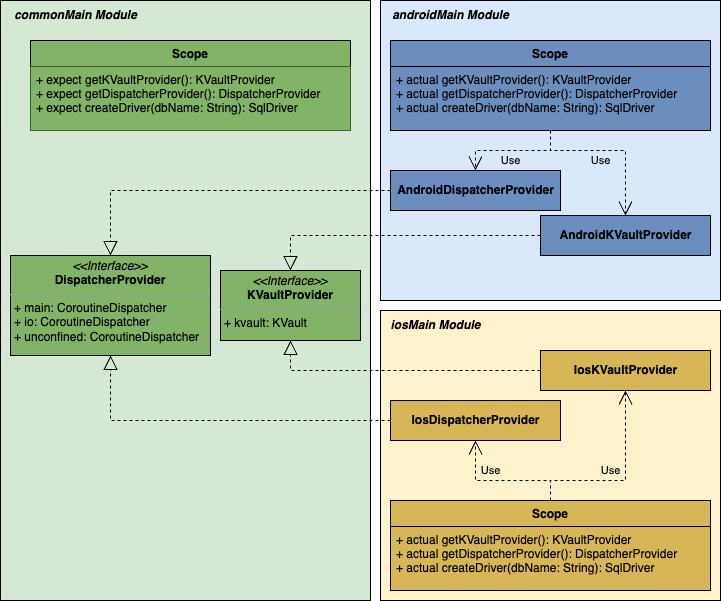
Before: img/tesi-21-expectactual.drawio.png, a diagram exported from draw.io (paganellif/tesi-paganelli). Source tidied: cells renumbered, new cells last; positions are measured from the earlier drawing's top-left corner, leaving out a move shared by most shapes.
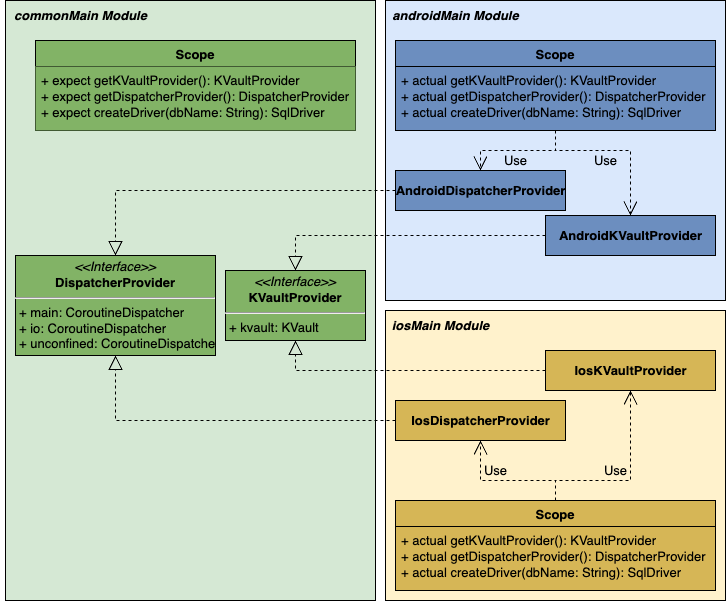
Later version of the same file.

Change to the diagram source:
```diff
@@ -2,34 +2,34 @@
   <root>
     <mxCell id="0" />
     <mxCell id="1" parent="0" />
-    <mxCell id="2" style="rounded=0;whiteSpace=wrap;html=1;fillColor=#d5e8d4;strokeColor=#000000;" parent="1" vertex="1">
+    <mxCell id="2" style="rounded=0;whiteSpace=wrap;html=1;fillColor=#d5e8d4;strokeColor=#000000;fontSize=13;" parent="1" vertex="1">
       <mxGeometry width="370" height="600" as="geometry" />
     </mxCell>
-    <mxCell id="3" style="rounded=0;whiteSpace=wrap;html=1;strokeColor=#000000;fillColor=#dae8fc;" parent="1" vertex="1">
+    <mxCell id="3" style="rounded=0;whiteSpace=wrap;html=1;strokeColor=#000000;fillColor=#dae8fc;fontSize=13;" parent="1" vertex="1">
       <mxGeometry x="380" width="340" height="300" as="geometry" />
     </mxCell>
-    <mxCell id="4" style="rounded=0;whiteSpace=wrap;html=1;strokeColor=#000000;fillColor=#fff2cc;" parent="1" vertex="1">
+    <mxCell id="4" style="rounded=0;whiteSpace=wrap;html=1;strokeColor=#000000;fillColor=#fff2cc;fontSize=13;" parent="1" vertex="1">
       <mxGeometry x="380" y="310" width="340" height="290" as="geometry" />
     </mxCell>
-    <mxCell id="5" value="Scope" style="swimlane;fontStyle=1;align=center;verticalAlign=top;horizontal=1;startSize=26;fillColor=#82B366;strokeColor=#000000;" parent="1" vertex="1">
+    <mxCell id="5" value="Scope" style="swimlane;fontStyle=1;align=center;verticalAlign=top;horizontal=1;startSize=26;fillColor=#82B366;strokeColor=#000000;fontSize=13;" parent="1" vertex="1">
       <mxGeometry x="30" y="40" width="320" height="90" as="geometry" />
     </mxCell>
-    <mxCell id="6" value="+ expect getKVaultProvider(): KVaultProvider&#10;+ expect getDispatcherProvider(): DispatcherProvider&#10;+ expect createDriver(dbName: String): SqlDriver" style="text;strokeColor=none;fillColor=#82B366;align=left;verticalAlign=top;spacingLeft=4;spacingRight=4;overflow=hidden;" parent="5" vertex="1">
+    <mxCell id="6" value="+ expect getKVaultProvider(): KVaultProvider&#10;+ expect getDispatcherProvider(): DispatcherProvider&#10;+ expect createDriver(dbName: String): SqlDriver" style="text;strokeColor=none;fillColor=#82B366;align=left;verticalAlign=top;spacingLeft=4;spacingRight=4;overflow=hidden;fontSize=13;" parent="5" vertex="1">
       <mxGeometry y="26" width="320" height="64" as="geometry" />
     </mxCell>
-    <mxCell id="7" value="&lt;p style=&quot;margin:0px;margin-top:4px;text-align:center;&quot;&gt;&lt;i&gt;&amp;lt;&amp;lt;Interface&amp;gt;&amp;gt;&lt;/i&gt;&lt;br&gt;&lt;b&gt;KVaultProvider&lt;/b&gt;&lt;/p&gt;&lt;hr size=&quot;1&quot;&gt;&lt;p style=&quot;margin:0px;margin-left:4px;&quot;&gt;+ kvault: KVault&lt;/p&gt;&lt;p style=&quot;margin:0px;margin-left:4px;&quot;&gt;&lt;br&gt;&lt;/p&gt;" style="verticalAlign=top;align=left;overflow=fill;fontSize=12;fontFamily=Helvetica;html=1;fillColor=#82B366;strokeColor=#000000;" parent="1" vertex="1">
+    <mxCell id="7" value="&lt;p style=&quot;margin: 4px 0px 0px; text-align: center; font-size: 13px;&quot;&gt;&lt;i style=&quot;font-size: 13px;&quot;&gt;&amp;lt;&amp;lt;Interface&amp;gt;&amp;gt;&lt;/i&gt;&lt;br style=&quot;font-size: 13px;&quot;&gt;&lt;b style=&quot;font-size: 13px;&quot;&gt;KVaultProvider&lt;/b&gt;&lt;/p&gt;&lt;hr style=&quot;font-size: 13px;&quot;&gt;&lt;p style=&quot;margin: 0px 0px 0px 4px; font-size: 13px;&quot;&gt;+ kvault: KVault&lt;/p&gt;&lt;p style=&quot;margin: 0px 0px 0px 4px; font-size: 13px;&quot;&gt;&lt;br style=&quot;font-size: 13px;&quot;&gt;&lt;/p&gt;" style="verticalAlign=top;align=left;overflow=fill;fontSize=13;fontFamily=Helvetica;html=1;fillColor=#82B366;strokeColor=#000000;" parent="1" vertex="1">
       <mxGeometry x="220" y="270" width="140" height="70" as="geometry" />
     </mxCell>
-    <mxCell id="8" value="Scope" style="swimlane;fontStyle=1;align=center;verticalAlign=top;horizontal=1;startSize=26;fillColor=#6C8EBF;strokeColor=#000000;" parent="1" vertex="1">
+    <mxCell id="8" value="Scope" style="swimlane;fontStyle=1;align=center;verticalAlign=top;horizontal=1;startSize=26;fillColor=#6C8EBF;strokeColor=#000000;fontSize=13;" parent="1" vertex="1">
       <mxGeometry x="390" y="40" width="320" height="90" as="geometry" />
     </mxCell>
-    <mxCell id="9" value="+ actual getKVaultProvider(): KVaultProvider&#10;+ actual getDispatcherProvider(): DispatcherProvider&#10;+ actual createDriver(dbName: String): SqlDriver" style="text;strokeColor=#000000;fillColor=#6C8EBF;align=left;verticalAlign=top;spacingLeft=4;spacingRight=4;overflow=hidden;" parent="8" vertex="1">
+    <mxCell id="9" value="+ actual getKVaultProvider(): KVaultProvider&#10;+ actual getDispatcherProvider(): DispatcherProvider&#10;+ actual createDriver(dbName: String): SqlDriver" style="text;strokeColor=#000000;fillColor=#6C8EBF;align=left;verticalAlign=top;spacingLeft=4;spacingRight=4;overflow=hidden;fontSize=13;" parent="8" vertex="1">
       <mxGeometry y="26" width="320" height="64" as="geometry" />
     </mxCell>
-    <mxCell id="10" value="&lt;b&gt;AndroidDispatcherProvider&lt;/b&gt;" style="html=1;fillColor=#6C8EBF;strokeColor=#000000;" parent="1" vertex="1">
+    <mxCell id="10" value="&lt;b style=&quot;font-size: 13px;&quot;&gt;AndroidDispatcherProvider&lt;/b&gt;" style="html=1;fillColor=#6C8EBF;strokeColor=#000000;fontSize=13;" parent="1" vertex="1">
       <mxGeometry x="390" y="170" width="170" height="40" as="geometry" />
     </mxCell>
-    <mxCell id="11" value="Use" style="endArrow=open;endSize=12;dashed=1;html=1;rounded=0;entryX=0.5;entryY=0;entryDx=0;entryDy=0;labelBackgroundColor=none;" parent="1" edge="1" source="8" target="10">
+    <mxCell id="11" value="Use" style="endArrow=open;endSize=12;dashed=1;html=1;rounded=0;entryX=0.5;entryY=0;entryDx=0;entryDy=0;labelBackgroundColor=none;fontSize=13;" parent="1" edge="1" source="8" target="10">
       <mxGeometry x="0.04" y="10" relative="1" as="geometry">
         <Array as="points">
           <mxPoint x="550" y="150" />
@@ -37,24 +37,24 @@
         </Array>
       </mxGeometry>
     </mxCell>
-    <mxCell id="12" style="endArrow=block;dashed=1;endFill=0;endSize=12;html=1;rounded=0;" parent="1" edge="1" source="10" target="24">
+    <mxCell id="12" style="endArrow=block;dashed=1;endFill=0;endSize=12;html=1;rounded=0;fontSize=13;" parent="1" edge="1" source="10" target="24">
       <mxGeometry relative="1" as="geometry">
         <Array as="points">
           <mxPoint x="110" y="190" />
         </Array>
       </mxGeometry>
     </mxCell>
-    <mxCell id="13" value="&lt;b&gt;AndroidKVaultProvider&lt;/b&gt;" style="html=1;fillColor=#6C8EBF;strokeColor=#000000;" parent="1" vertex="1">
+    <mxCell id="13" value="&lt;b style=&quot;font-size: 13px;&quot;&gt;AndroidKVaultProvider&lt;/b&gt;" style="html=1;fillColor=#6C8EBF;strokeColor=#000000;fontSize=13;" parent="1" vertex="1">
       <mxGeometry x="540" y="215" width="170" height="40" as="geometry" />
     </mxCell>
-    <mxCell id="14" style="endArrow=block;dashed=1;endFill=0;endSize=12;html=1;rounded=0;startArrow=none;" parent="1" edge="1" source="13" target="7">
+    <mxCell id="14" style="endArrow=block;dashed=1;endFill=0;endSize=12;html=1;rounded=0;startArrow=none;fontSize=13;" parent="1" edge="1" source="13" target="7">
       <mxGeometry relative="1" as="geometry">
         <Array as="points">
           <mxPoint x="290" y="235" />
         </Array>
       </mxGeometry>
     </mxCell>
-    <mxCell id="15" value="Use" style="endArrow=open;endSize=12;dashed=1;html=1;rounded=0;labelBackgroundColor=none;" parent="1" edge="1" source="8" target="13">
+    <mxCell id="15" value="Use" style="endArrow=open;endSize=12;dashed=1;html=1;rounded=0;labelBackgroundColor=none;fontSize=13;" parent="1" edge="1" source="8" target="13">
       <mxGeometry x="-0.12" y="-10" relative="1" as="geometry">
         <Array as="points">
           <mxPoint x="550" y="150" />
@@ -62,16 +62,16 @@
         </Array>
       </mxGeometry>
     </mxCell>
-    <mxCell id="16" value="Scope" style="swimlane;fontStyle=1;align=center;verticalAlign=top;horizontal=1;startSize=26;fillColor=#D6B656;strokeColor=#000000;" parent="1" vertex="1">
+    <mxCell id="16" value="Scope" style="swimlane;fontStyle=1;align=center;verticalAlign=top;horizontal=1;startSize=26;fillColor=#D6B656;strokeColor=#000000;fontSize=13;" parent="1" vertex="1">
       <mxGeometry x="390" y="500" width="320" height="90" as="geometry" />
     </mxCell>
-    <mxCell id="17" value="+ actual getKVaultProvider(): KVaultProvider&#10;+ actual getDispatcherProvider(): DispatcherProvider&#10;+ actual createDriver(dbName: String): SqlDriver" style="text;strokeColor=#000000;fillColor=#D6B656;align=left;verticalAlign=top;spacingLeft=4;spacingRight=4;overflow=hidden;" parent="16" vertex="1">
+    <mxCell id="17" value="+ actual getKVaultProvider(): KVaultProvider&#10;+ actual getDispatcherProvider(): DispatcherProvider&#10;+ actual createDriver(dbName: String): SqlDriver" style="text;strokeColor=#000000;fillColor=#D6B656;align=left;verticalAlign=top;spacingLeft=4;spacingRight=4;overflow=hidden;fontSize=13;" parent="16" vertex="1">
       <mxGeometry y="26" width="320" height="64" as="geometry" />
     </mxCell>
-    <mxCell id="18" value="&lt;b&gt;IosDispatcherProvider&lt;/b&gt;" style="html=1;fillColor=#D6B656;strokeColor=#000000;" parent="1" vertex="1">
+    <mxCell id="18" value="&lt;b style=&quot;font-size: 13px;&quot;&gt;IosDispatcherProvider&lt;/b&gt;" style="html=1;fillColor=#D6B656;strokeColor=#000000;fontSize=13;" parent="1" vertex="1">
       <mxGeometry x="390" y="400" width="170" height="40" as="geometry" />
     </mxCell>
-    <mxCell id="19" value="Use" style="endArrow=open;endSize=12;dashed=1;html=1;rounded=0;exitX=0.5;exitY=0;exitDx=0;exitDy=0;labelBackgroundColor=none;" parent="1" edge="1" source="16" target="18">
+    <mxCell id="19" value="Use" style="endArrow=open;endSize=12;dashed=1;html=1;rounded=0;exitX=0.5;exitY=0;exitDx=0;exitDy=0;labelBackgroundColor=none;fontSize=13;" parent="1" edge="1" source="16" target="18">
       <mxGeometry x="0.19" y="-10" relative="1" as="geometry">
         <Array as="points">
           <mxPoint x="550" y="480" />
@@ -79,10 +79,10 @@
         </Array>
       </mxGeometry>
     </mxCell>
-    <mxCell id="20" value="&lt;b&gt;IosKVaultProvider&lt;/b&gt;" style="html=1;fillColor=#D6B656;strokeColor=#000000;" parent="1" vertex="1">
+    <mxCell id="20" value="&lt;b style=&quot;font-size: 13px;&quot;&gt;IosKVaultProvider&lt;/b&gt;" style="html=1;fillColor=#D6B656;strokeColor=#000000;fontSize=13;" parent="1" vertex="1">
       <mxGeometry x="540" y="350" width="170" height="40" as="geometry" />
     </mxCell>
-    <mxCell id="21" value="Use" style="endArrow=open;endSize=12;dashed=1;html=1;rounded=0;exitX=0.5;exitY=0;exitDx=0;exitDy=0;labelBackgroundColor=none;" parent="1" edge="1" source="16" target="20">
+    <mxCell id="21" value="Use" style="endArrow=open;endSize=12;dashed=1;html=1;rounded=0;exitX=0.5;exitY=0;exitDx=0;exitDy=0;labelBackgroundColor=none;fontSize=13;" parent="1" edge="1" source="16" target="20">
       <mxGeometry x="-0.14" y="10" relative="1" as="geometry">
         <Array as="points">
           <mxPoint x="550" y="480" />
@@ -90,31 +90,31 @@
         </Array>
       </mxGeometry>
     </mxCell>
-    <mxCell id="22" style="endArrow=block;dashed=1;endFill=0;endSize=12;html=1;rounded=0;exitX=0;exitY=0.5;exitDx=0;exitDy=0;" parent="1" edge="1" source="18" target="24">
+    <mxCell id="22" style="endArrow=block;dashed=1;endFill=0;endSize=12;html=1;rounded=0;exitX=0;exitY=0.5;exitDx=0;exitDy=0;fontSize=13;" parent="1" edge="1" source="18" target="24">
       <mxGeometry relative="1" as="geometry">
         <Array as="points">
           <mxPoint x="110" y="420" />
         </Array>
       </mxGeometry>
     </mxCell>
-    <mxCell id="23" style="endArrow=block;dashed=1;endFill=0;endSize=12;html=1;rounded=0;" parent="1" edge="1" source="20" target="7">
+    <mxCell id="23" style="endArrow=block;dashed=1;endFill=0;endSize=12;html=1;rounded=0;fontSize=13;" parent="1" edge="1" source="20" target="7">
       <mxGeometry relative="1" as="geometry">
         <Array as="points">
           <mxPoint x="290" y="370" />
         </Array>
       </mxGeometry>
     </mxCell>
-    <mxCell id="24" value="&lt;p style=&quot;margin:0px;margin-top:4px;text-align:center;&quot;&gt;&lt;i&gt;&amp;lt;&amp;lt;Interface&amp;gt;&amp;gt;&lt;/i&gt;&lt;br&gt;&lt;b&gt;DispatcherProvider&lt;/b&gt;&lt;/p&gt;&lt;hr size=&quot;1&quot;&gt;&lt;p style=&quot;margin:0px;margin-left:4px;&quot;&gt;+ main: CoroutineDispatcher&lt;/p&gt;&lt;p style=&quot;margin:0px;margin-left:4px;&quot;&gt;+ io: CoroutineDispatcher&lt;/p&gt;&lt;p style=&quot;margin:0px;margin-left:4px;&quot;&gt;+ unconfined: CoroutineDispatcher&lt;/p&gt;&lt;p style=&quot;margin:0px;margin-left:4px;&quot;&gt;&lt;br&gt;&lt;/p&gt;" style="verticalAlign=top;align=left;overflow=fill;fontSize=12;fontFamily=Helvetica;html=1;fillColor=#82B366;strokeColor=#000000;strokeWidth=1;" parent="1" vertex="1">
+    <mxCell id="24" value="&lt;p style=&quot;margin: 4px 0px 0px; text-align: center; font-size: 13px;&quot;&gt;&lt;i style=&quot;font-size: 13px;&quot;&gt;&amp;lt;&amp;lt;Interface&amp;gt;&amp;gt;&lt;/i&gt;&lt;br style=&quot;font-size: 13px;&quot;&gt;&lt;b style=&quot;font-size: 13px;&quot;&gt;DispatcherProvider&lt;/b&gt;&lt;/p&gt;&lt;hr style=&quot;font-size: 13px;&quot;&gt;&lt;p style=&quot;margin: 0px 0px 0px 4px; font-size: 13px;&quot;&gt;+ main: CoroutineDispatcher&lt;/p&gt;&lt;p style=&quot;margin: 0px 0px 0px 4px; font-size: 13px;&quot;&gt;+ io: CoroutineDispatcher&lt;/p&gt;&lt;p style=&quot;margin: 0px 0px 0px 4px; font-size: 13px;&quot;&gt;+ unconfined: CoroutineDispatcher&lt;/p&gt;&lt;p style=&quot;margin: 0px 0px 0px 4px; font-size: 13px;&quot;&gt;&lt;br style=&quot;font-size: 13px;&quot;&gt;&lt;/p&gt;" style="verticalAlign=top;align=left;overflow=fill;fontSize=13;fontFamily=Helvetica;html=1;fillColor=#82B366;strokeColor=#000000;strokeWidth=1;" parent="1" vertex="1">
       <mxGeometry x="10" y="255" width="200" height="100" as="geometry" />
     </mxCell>
-    <mxCell id="25" value="&lt;b&gt;&lt;i&gt;commonMain Module&lt;/i&gt;&lt;/b&gt;" style="text;html=1;align=center;verticalAlign=middle;strokeColor=none;fillColor=none;" parent="1" vertex="1">
-      <mxGeometry width="150" height="30" as="geometry" />
+    <mxCell id="25" value="&lt;b style=&quot;font-size: 13px;&quot;&gt;&lt;i style=&quot;font-size: 13px;&quot;&gt;commonMain Module&lt;/i&gt;&lt;/b&gt;" style="text;html=1;align=center;verticalAlign=middle;strokeColor=none;fillColor=none;fontSize=13;" parent="1" vertex="1">
+      <mxGeometry x="-5" width="160" height="30" as="geometry" />
     </mxCell>
-    <mxCell id="26" value="&lt;b&gt;&lt;i&gt;androidMain Module&lt;/i&gt;&lt;/b&gt;" style="text;html=1;align=center;verticalAlign=middle;strokeColor=none;fillColor=none;" parent="1" vertex="1">
-      <mxGeometry x="380" width="140" height="30" as="geometry" />
+    <mxCell id="26" value="&lt;b style=&quot;font-size: 13px;&quot;&gt;&lt;i style=&quot;font-size: 13px;&quot;&gt;androidMain Module&lt;/i&gt;&lt;/b&gt;" style="text;html=1;align=center;verticalAlign=middle;strokeColor=none;fillColor=none;fontSize=13;" parent="1" vertex="1">
+      <mxGeometry x="375" width="150" height="30" as="geometry" />
     </mxCell>
-    <mxCell id="27" value="&lt;b&gt;&lt;i&gt;iosMain Module&lt;/i&gt;&lt;/b&gt;" style="text;html=1;align=center;verticalAlign=middle;strokeColor=none;fillColor=none;" parent="1" vertex="1">
-      <mxGeometry x="380" y="310" width="110" height="30" as="geometry" />
+    <mxCell id="27" value="&lt;b style=&quot;font-size: 13px;&quot;&gt;&lt;i style=&quot;font-size: 13px;&quot;&gt;iosMain Module&lt;/i&gt;&lt;/b&gt;" style="text;html=1;align=center;verticalAlign=middle;strokeColor=none;fillColor=none;fontSize=13;" parent="1" vertex="1">
+      <mxGeometry x="375" y="310" width="120" height="30" as="geometry" />
     </mxCell>
   </root>
 </mxGraphModel>
```
